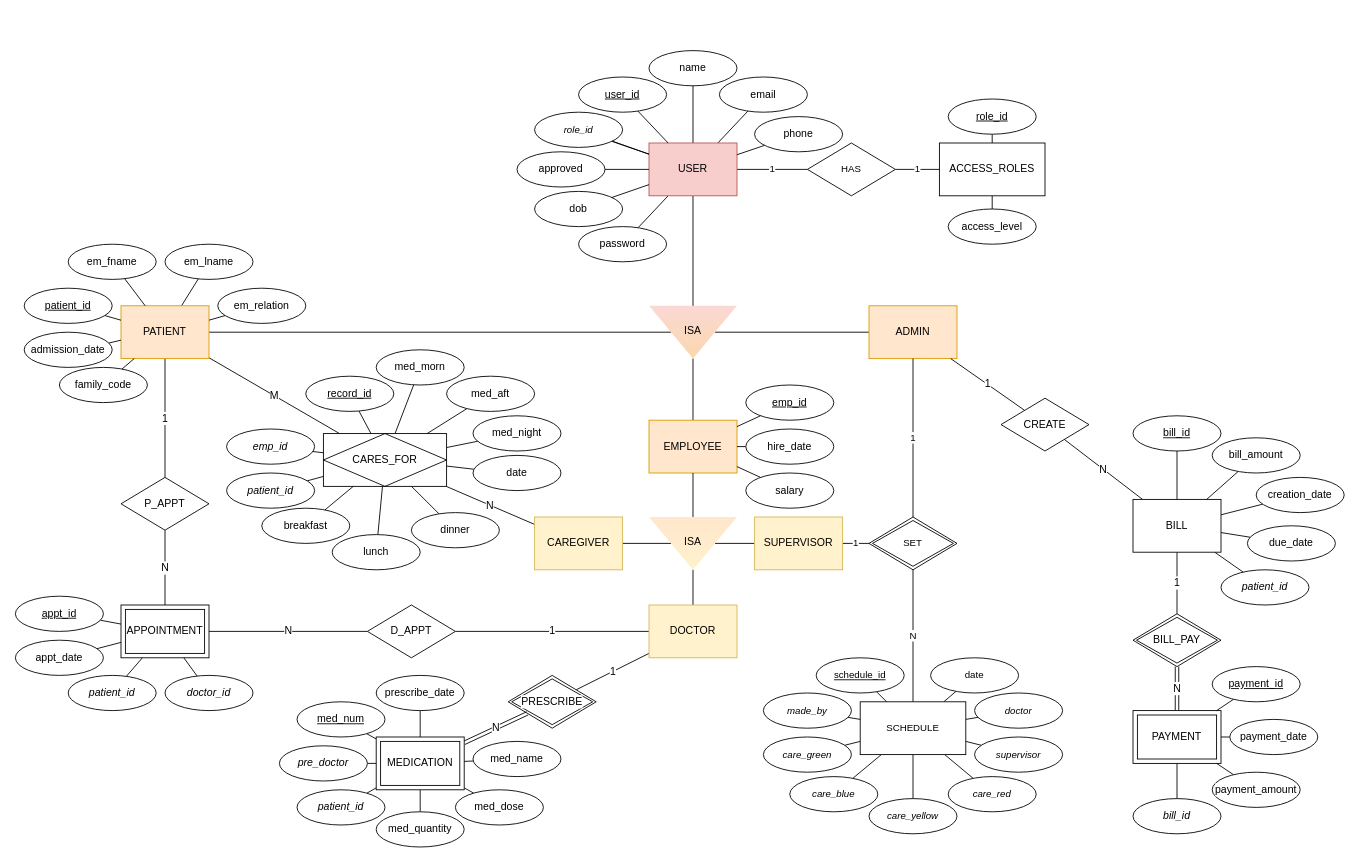
Earlier version of the draw.io diagram page "Page-1" (1 of 2) of ERD.drawio (emott13/aegis). Source tidied: cells renumbered, new cells numbered last; positions are measured from the earlier drawing's top-left corner, leaving out a move shared by most shapes. Both pictures are drawn from the tidied source at 88%, with x=0, y=0 at pixel (15, 50).
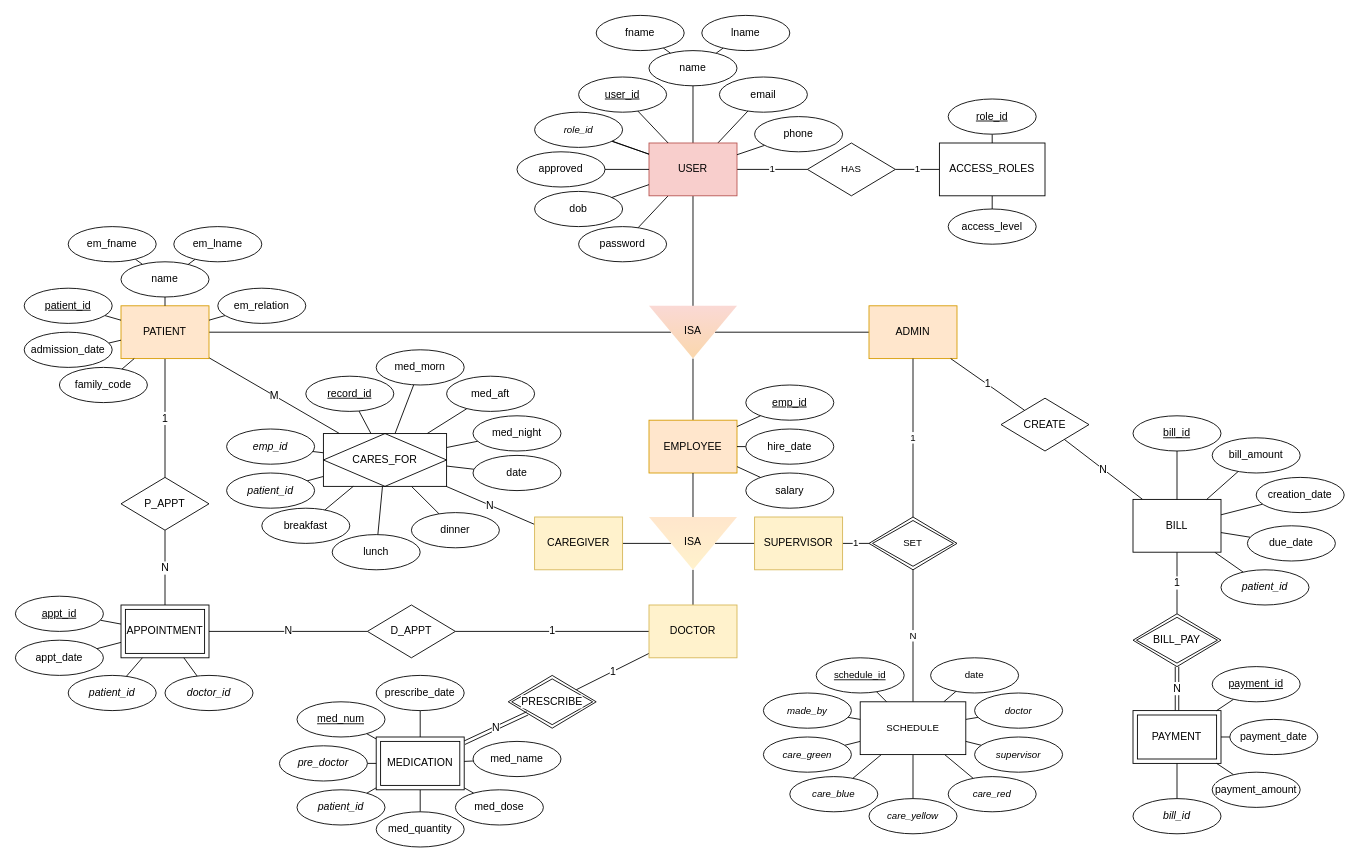
After the change.

Commit message:
component attribute distinction

Unchanged cells that the change refers to:
```xml
<mxCell id="74" value="PATIENT" style="whiteSpace=wrap;html=1;align=center;fillColor=#ffe6cc;strokeColor=#d79b00;" parent="1" vertex="1">
  <mxGeometry x="120" y="290" width="100" height="60" as="geometry" />
</mxCell>
<mxCell id="152" value="name" style="ellipse;whiteSpace=wrap;html=1;align=center;strokeColor=default;verticalAlign=middle;fontFamily=Helvetica;fontSize=12;fontColor=default;labelBackgroundColor=default;fillColor=default;" parent="1" vertex="1">
  <mxGeometry x="720" width="100" height="40" as="geometry" />
</mxCell>
```

Change to the diagram source:
```diff
@@
-    <mxCell id="73" style="edgeStyle=none;shape=connector;rounded=1;html=1;strokeColor=default;align=center;verticalAlign=middle;fontFamily=Helvetica;fontSize=11;fontColor=default;labelBackgroundColor=default;endArrow=none;endFill=0;" parent="1" edge="1" source="74" target="85">
+    <mxCell id="73" style="edgeStyle=none;shape=connector;rounded=1;html=1;strokeColor=default;align=center;verticalAlign=middle;fontFamily=Helvetica;fontSize=11;fontColor=default;labelBackgroundColor=default;endArrow=none;endFill=0;" parent="1" edge="1" source="174" target="85">
       <mxGeometry relative="1" as="geometry" />
     </mxCell>
@@
-    <mxCell id="77" style="edgeStyle=none;shape=connector;rounded=0;jettySize=auto;html=1;strokeColor=default;align=center;verticalAlign=middle;fontFamily=Helvetica;fontSize=12;fontColor=default;labelBackgroundColor=default;endArrow=none;endFill=0;" parent="1" edge="1" source="78" target="74">
+    <mxCell id="77" style="edgeStyle=none;shape=connector;rounded=0;jettySize=auto;html=1;strokeColor=default;align=center;verticalAlign=middle;fontFamily=Helvetica;fontSize=12;fontColor=default;labelBackgroundColor=default;endArrow=none;endFill=0;" parent="1" edge="1" source="78" target="174">
       <mxGeometry relative="1" as="geometry" />
     </mxCell>
     <mxCell id="78" value="em_fname" style="ellipse;whiteSpace=wrap;html=1;align=center;strokeColor=default;verticalAlign=middle;fontFamily=Helvetica;fontSize=12;fontColor=default;labelBackgroundColor=default;fillColor=default;" parent="1" vertex="1">
-      <mxGeometry x="60" y="220" width="100" height="40" as="geometry" />
+      <mxGeometry x="60" y="200" width="100" height="40" as="geometry" />
     </mxCell>
@@
     <mxCell id="85" value="em_lname" style="ellipse;whiteSpace=wrap;html=1;align=center;strokeColor=default;verticalAlign=middle;fontFamily=Helvetica;fontSize=12;fontColor=default;labelBackgroundColor=default;fillColor=default;" parent="1" vertex="1">
-      <mxGeometry x="170" y="220" width="100" height="40" as="geometry" />
+      <mxGeometry x="180" y="200" width="100" height="40" as="geometry" />
     </mxCell>
@@
+    <mxCell id="169" style="edgeStyle=none;html=1;endArrow=none;endFill=0;" parent="1" edge="1" source="152" target="172">
+      <mxGeometry relative="1" as="geometry" />
+    </mxCell>
@@
+    <mxCell id="170" style="edgeStyle=none;html=1;endArrow=none;endFill=0;" parent="1" edge="1" source="171" target="152">
+      <mxGeometry relative="1" as="geometry" />
+    </mxCell>
+    <mxCell id="171" value="fname" style="ellipse;whiteSpace=wrap;html=1;align=center;" parent="1" vertex="1">
+      <mxGeometry x="660" y="-40" width="100" height="40" as="geometry" />
+    </mxCell>
+    <mxCell id="172" value="lname" style="ellipse;whiteSpace=wrap;html=1;align=center;" parent="1" vertex="1">
+      <mxGeometry x="780" y="-40" width="100" height="40" as="geometry" />
+    </mxCell>
+    <mxCell id="173" style="edgeStyle=none;html=1;endArrow=none;endFill=0;" parent="1" edge="1" source="174" target="74">
+      <mxGeometry relative="1" as="geometry" />
+    </mxCell>
+    <mxCell id="174" value="name" style="ellipse;whiteSpace=wrap;html=1;align=center;strokeColor=default;verticalAlign=middle;fontFamily=Helvetica;fontSize=12;fontColor=default;labelBackgroundColor=default;fillColor=default;" parent="1" vertex="1">
+      <mxGeometry x="120" y="240" width="100" height="40" as="geometry" />
+    </mxCell>
```
